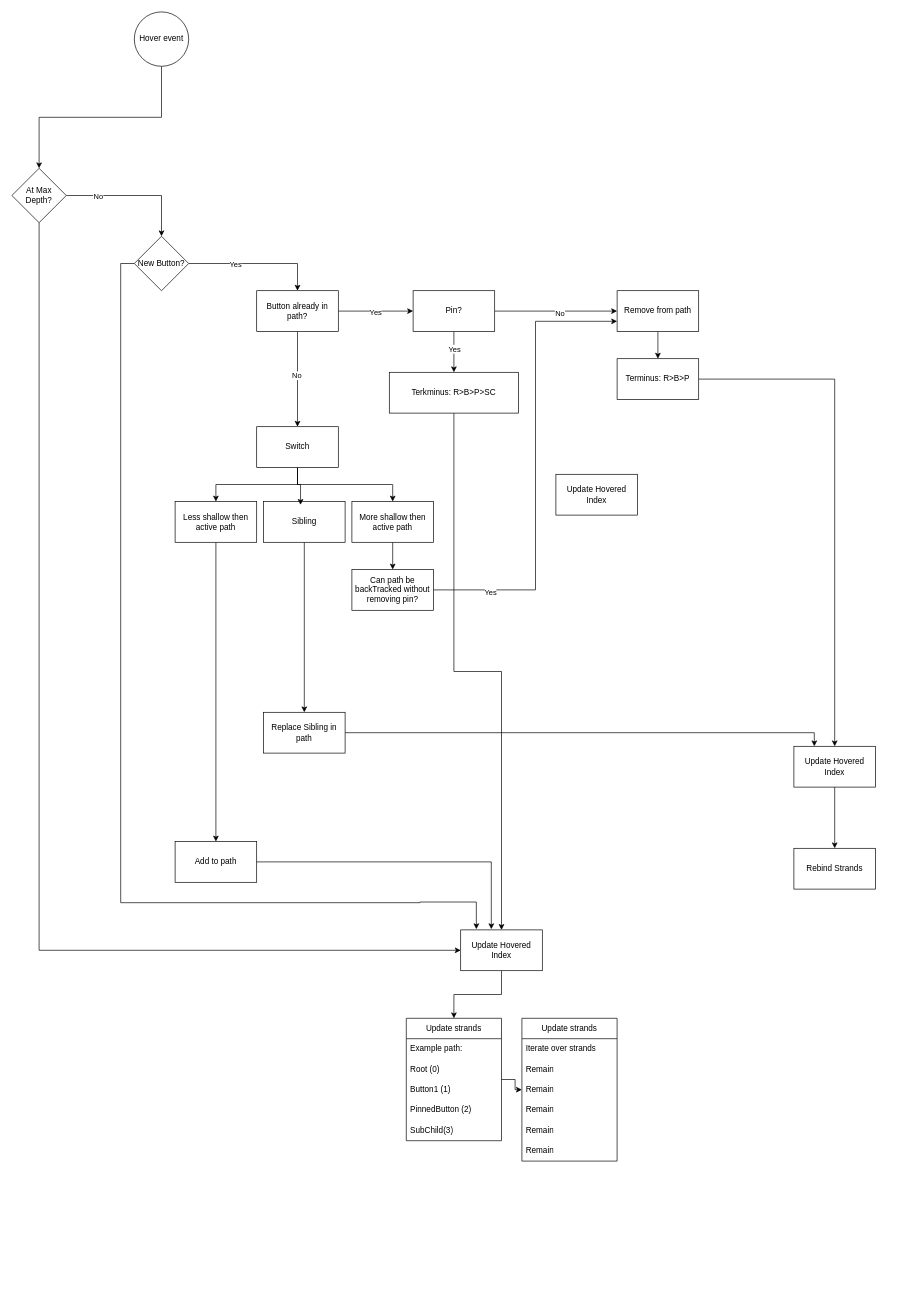
The draw.io diagram ConstellationButtonHoverFLowchart.drawio in nemgreene/ConstellationContextMenu, before the edit. Source tidied: cells renumbered, new cells numbered last; positions are measured from the earlier drawing's top-left corner, leaving out a move shared by most shapes. Both pictures are drawn from the tidied source at 68%, with x=0, y=0 at pixel (12, 12).
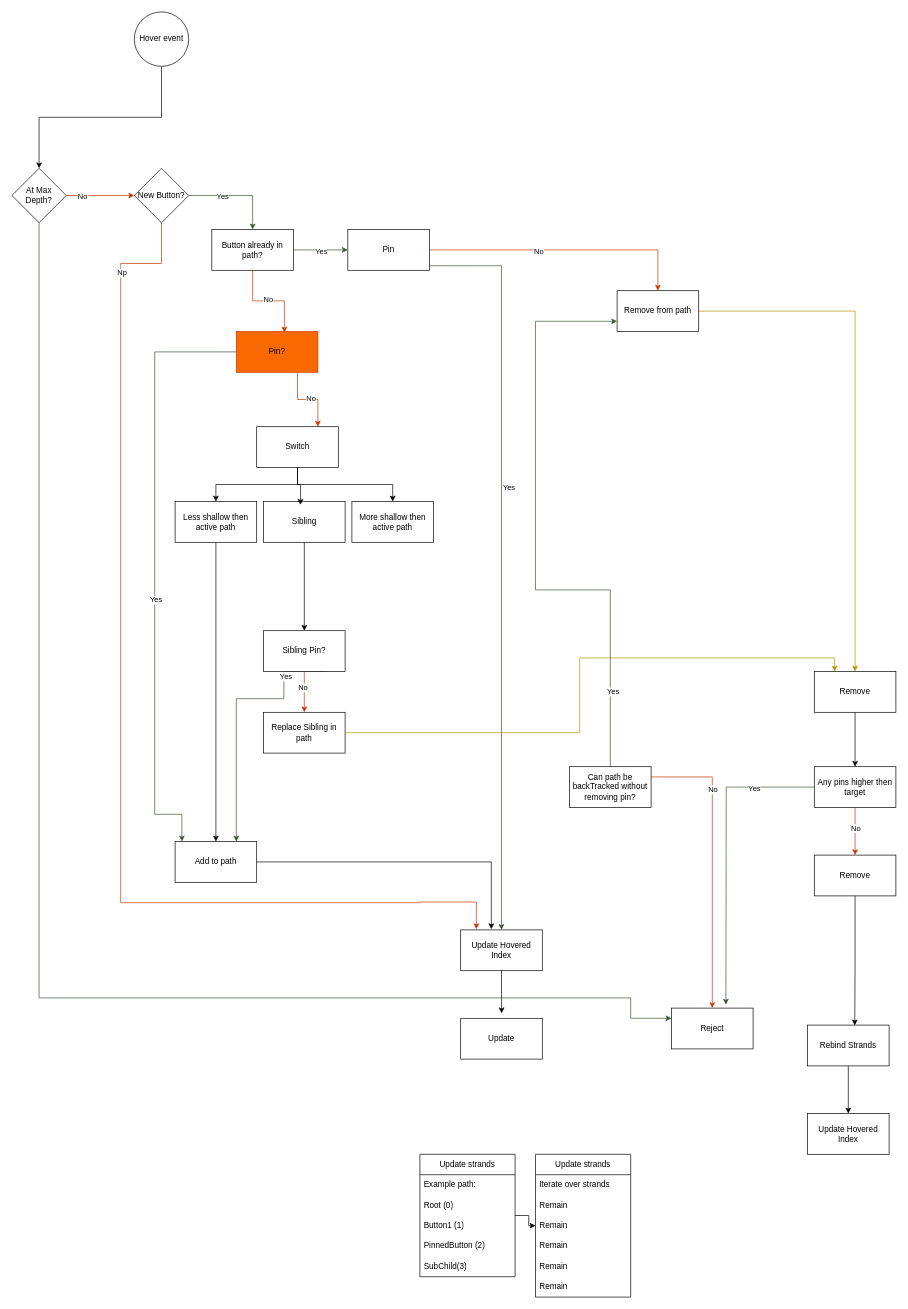
The same diagram, later.

Unchanged cells that the change refers to:
```xml
<mxCell id="24" value="Switch" style="whiteSpace=wrap;html=1;" parent="1" vertex="1">
  <mxGeometry x="360" y="610" width="120" height="60" as="geometry" />
</mxCell>
<mxCell id="28" value="Sibling" style="whiteSpace=wrap;html=1;" parent="1" vertex="1">
  <mxGeometry x="370" y="720" width="120" height="60" as="geometry" />
</mxCell>
<mxCell id="30" value="More shallow then active path" style="whiteSpace=wrap;html=1;" parent="1" vertex="1">
  <mxGeometry x="500" y="720" width="120" height="60" as="geometry" />
</mxCell>
<mxCell id="43" value="Remove from path" style="whiteSpace=wrap;html=1;" parent="1" vertex="1">
  <mxGeometry x="890" y="410" width="120" height="60" as="geometry" />
</mxCell>
<mxCell id="50" value="Replace Sibling in path" style="whiteSpace=wrap;html=1;" parent="1" vertex="1">
  <mxGeometry x="370" y="1030" width="120" height="60" as="geometry" />
</mxCell>
<mxCell id="54" value="Add to path" style="whiteSpace=wrap;html=1;" parent="1" vertex="1">
  <mxGeometry x="240" y="1220" width="120" height="60" as="geometry" />
</mxCell>
<mxCell id="57" value="Update Hovered Index" style="rounded=0;whiteSpace=wrap;html=1;" parent="1" vertex="1">
  <mxGeometry x="660" y="1350" width="120" height="60" as="geometry" />
</mxCell>
<mxCell id="64" value="&lt;div&gt;At Max Depth?&lt;/div&gt;" style="rhombus;whiteSpace=wrap;html=1;" parent="1" vertex="1">
  <mxGeometry y="230" width="80" height="80" as="geometry" />
</mxCell>
```

Change to the diagram source:
```diff
@@
     <mxCell id="5" value="Update strands" style="swimlane;fontStyle=0;horizontal=1;startSize=30;whiteSpace=wrap;html=1;" parent="1" vertex="1">
-      <mxGeometry x="580" y="1480" width="140" height="180" as="geometry" />
+      <mxGeometry x="600" y="1680" width="140" height="180" as="geometry" />
     </mxCell>
@@
     <mxCell id="11" value="Update strands" style="swimlane;fontStyle=0;horizontal=1;startSize=30;whiteSpace=wrap;html=1;" parent="1" vertex="1">
-      <mxGeometry x="750" y="1480" width="140" height="210" as="geometry" />
+      <mxGeometry x="770" y="1680" width="140" height="210" as="geometry" />
     </mxCell>
@@
-    <mxCell id="18" style="edgeStyle=orthogonalEdgeStyle;rounded=0;jettySize=auto;html=1;entryX=0.5;entryY=0;entryDx=0;entryDy=0;" parent="1" edge="1" source="21" target="36">
+    <mxCell id="18" style="edgeStyle=orthogonalEdgeStyle;rounded=0;jettySize=auto;html=1;entryX=0.5;entryY=0;entryDx=0;entryDy=0;fillColor=#6d8764;strokeColor=#3A5431;" parent="1" edge="1" source="21" target="36">
       <mxGeometry relative="1" as="geometry" />
     </mxCell>
@@
-    <mxCell id="20" style="edgeStyle=orthogonalEdgeStyle;rounded=0;jettySize=auto;html=1;exitX=0;exitY=0.5;exitDx=0;exitDy=0;entryX=0.192;entryY=-0.017;entryDx=0;entryDy=0;entryPerimeter=0;" parent="1" edge="1" source="21" target="57">
+    <mxCell id="20" style="edgeStyle=orthogonalEdgeStyle;rounded=0;jettySize=auto;html=1;exitX=0;exitY=0.5;exitDx=0;exitDy=0;entryX=0.192;entryY=-0.017;entryDx=0;entryDy=0;entryPerimeter=0;fillColor=#fa6800;strokeColor=#C73500;" parent="1" edge="1" source="21" target="57">
       <mxGeometry relative="1" as="geometry">
         <Array as="points">
+          <mxPoint x="220" y="270" />
+          <mxPoint x="220" y="370" />
           <mxPoint x="160" y="370" />
           <mxPoint x="160" y="1310" />
           <mxPoint x="600" y="1310" />
           <mxPoint x="600" y="1309" />
           <mxPoint x="683" y="1309" />
         </Array>
       </mxGeometry>
     </mxCell>
+    <mxCell id="65" value="Np" style="edgeLabel;html=1;align=center;verticalAlign=middle;" parent="20" vertex="1">
+      <mxGeometry x="-0.75" y="1" relative="1" as="geometry" />
+    </mxCell>
     <mxCell id="21" value="New Button?" style="rhombus;whiteSpace=wrap;html=1;" parent="1" vertex="1">
-      <mxGeometry x="180" y="330" width="80" height="80" as="geometry" />
+      <mxGeometry x="180" y="230" width="80" height="80" as="geometry" />
     </mxCell>
@@
-    <mxCell id="27" style="edgeStyle=orthogonalEdgeStyle;rounded=0;jettySize=auto;html=1;" parent="1" edge="1" source="28" target="50">
-      <mxGeometry relative="1" as="geometry" />
-    </mxCell>
+    <mxCell id="66" style="edgeStyle=orthogonalEdgeStyle;rounded=0;jettySize=auto;html=1;" parent="1" edge="1" source="28" target="81">
+      <mxGeometry relative="1" as="geometry" />
+    </mxCell>
@@
-    <mxCell id="29" style="edgeStyle=orthogonalEdgeStyle;rounded=0;jettySize=auto;html=1;" parent="1" edge="1" source="30" target="53">
-      <mxGeometry relative="1" as="geometry" />
-    </mxCell>
@@
-    <mxCell id="32" style="edgeStyle=orthogonalEdgeStyle;rounded=0;jettySize=auto;html=1;entryX=0.5;entryY=0;entryDx=0;entryDy=0;" parent="1" edge="1" source="36" target="24">
-      <mxGeometry relative="1" as="geometry" />
-    </mxCell>
-    <mxCell id="33" value="&lt;div&gt;No&lt;/div&gt;" style="edgeLabel;html=1;align=center;verticalAlign=middle;" parent="32" vertex="1">
-      <mxGeometry x="-0.08" y="-2" relative="1" as="geometry" />
-    </mxCell>
-    <mxCell id="34" style="edgeStyle=orthogonalEdgeStyle;rounded=0;jettySize=auto;html=1;" parent="1" edge="1" source="36" target="41">
-      <mxGeometry relative="1" as="geometry" />
-    </mxCell>
-    <mxCell id="35" value="&lt;div&gt;Yes&lt;/div&gt;" style="edgeLabel;html=1;align=center;verticalAlign=middle;" parent="34" vertex="1">
-      <mxGeometry x="-0.01" y="-1" relative="1" as="geometry" />
-    </mxCell>
+    <mxCell id="67" style="edgeStyle=orthogonalEdgeStyle;rounded=0;jettySize=auto;html=1;fillColor=#6d8764;strokeColor=#3A5431;" parent="1" edge="1" source="36" target="75">
+      <mxGeometry relative="1" as="geometry" />
+    </mxCell>
+    <mxCell id="68" value="Yes" style="edgeLabel;html=1;align=center;verticalAlign=middle;" parent="67" vertex="1">
+      <mxGeometry y="-1" relative="1" as="geometry" />
+    </mxCell>
     <mxCell id="36" value="Button already in path?" style="whiteSpace=wrap;html=1;" parent="1" vertex="1">
-      <mxGeometry x="360" y="410" width="120" height="60" as="geometry" />
+      <mxGeometry x="294" y="320" width="120" height="60" as="geometry" />
     </mxCell>
-    <mxCell id="37" style="edgeStyle=orthogonalEdgeStyle;rounded=0;jettySize=auto;html=1;" parent="1" edge="1" source="41" target="43">
-      <mxGeometry relative="1" as="geometry" />
-    </mxCell>
-    <mxCell id="38" value="No" style="edgeLabel;html=1;align=center;verticalAlign=middle;" parent="37" vertex="1">
-      <mxGeometry x="0.05" y="-2" relative="1" as="geometry" />
-    </mxCell>
-    <mxCell id="39" style="edgeStyle=orthogonalEdgeStyle;rounded=0;jettySize=auto;html=1;" parent="1" edge="1" source="41" target="45">
+    <mxCell id="39" style="edgeStyle=orthogonalEdgeStyle;rounded=0;jettySize=auto;html=1;exitX=0.661;exitY=0.888;exitDx=0;exitDy=0;exitPerimeter=0;fillColor=#6d8764;strokeColor=#3A5431;entryX=0.5;entryY=0;entryDx=0;entryDy=0;" parent="1" edge="1" source="75" target="57">
       <mxGeometry relative="1" as="geometry" />
     </mxCell>
     <mxCell id="40" value="Yes" style="edgeLabel;html=1;align=center;verticalAlign=middle;" parent="39" vertex="1">
-      <mxGeometry x="-0.16" relative="1" as="geometry" />
+      <mxGeometry x="-0.16" relative="1" as="geometry">
+        <mxPoint x="10" as="offset" />
+      </mxGeometry>
     </mxCell>
-    <mxCell id="41" value="Pin?" style="whiteSpace=wrap;html=1;" parent="1" vertex="1">
-      <mxGeometry x="590" y="410" width="120" height="60" as="geometry" />
-    </mxCell>
-    <mxCell id="42" style="edgeStyle=orthogonalEdgeStyle;rounded=0;jettySize=auto;html=1;" parent="1" edge="1" source="43" target="47">
-      <mxGeometry relative="1" as="geometry" />
-    </mxCell>
+    <mxCell id="69" style="edgeStyle=orthogonalEdgeStyle;rounded=0;jettySize=auto;html=1;exitX=1;exitY=0.5;exitDx=0;exitDy=0;entryX=0.5;entryY=0;entryDx=0;entryDy=0;fillColor=#e3c800;strokeColor=#B09500;" parent="1" edge="1" source="43" target="86">
+      <mxGeometry relative="1" as="geometry" />
+    </mxCell>
@@
-    <mxCell id="44" style="edgeStyle=orthogonalEdgeStyle;rounded=0;jettySize=auto;html=1;entryX=0.5;entryY=0;entryDx=0;entryDy=0;" parent="1" edge="1" source="45" target="57">
-      <mxGeometry relative="1" as="geometry" />
-    </mxCell>
-    <mxCell id="45" value="Terkminus: R&amp;gt;B&amp;gt;P&amp;gt;SC" style="whiteSpace=wrap;html=1;" parent="1" vertex="1">
-      <mxGeometry x="555" y="530" width="190" height="60" as="geometry" />
-    </mxCell>
-    <mxCell id="46" style="edgeStyle=orthogonalEdgeStyle;rounded=0;jettySize=auto;html=1;entryX=0.5;entryY=0;entryDx=0;entryDy=0;" parent="1" edge="1" source="47" target="60">
-      <mxGeometry relative="1" as="geometry" />
-    </mxCell>
-    <mxCell id="47" value="Terminus: R&amp;gt;B&amp;gt;P" style="whiteSpace=wrap;html=1;" parent="1" vertex="1">
-      <mxGeometry x="890" y="510" width="120" height="60" as="geometry" />
-    </mxCell>
+    <mxCell id="70" style="edgeStyle=orthogonalEdgeStyle;rounded=0;jettySize=auto;html=1;entryX=0.5;entryY=0;entryDx=0;entryDy=0;" parent="1" edge="1" source="48" target="60">
+      <mxGeometry relative="1" as="geometry" />
+    </mxCell>
     <mxCell id="48" value="Rebind Strands" style="rounded=0;whiteSpace=wrap;html=1;" parent="1" vertex="1">
-      <mxGeometry x="1150" y="1230" width="120" height="60" as="geometry" />
+      <mxGeometry x="1170" y="1490" width="120" height="60" as="geometry" />
     </mxCell>
-    <mxCell id="49" style="edgeStyle=orthogonalEdgeStyle;rounded=0;jettySize=auto;html=1;entryX=0.25;entryY=0;entryDx=0;entryDy=0;" parent="1" edge="1" source="50" target="60">
+    <mxCell id="49" style="edgeStyle=orthogonalEdgeStyle;rounded=0;jettySize=auto;html=1;entryX=0.25;entryY=0;entryDx=0;entryDy=0;fillColor=#e3c800;strokeColor=#B09500;" parent="1" edge="1" source="50" target="86">
       <mxGeometry relative="1" as="geometry" />
     </mxCell>
@@
-    <mxCell id="51" style="edgeStyle=orthogonalEdgeStyle;rounded=0;jettySize=auto;html=1;entryX=0;entryY=0.75;entryDx=0;entryDy=0;" parent="1" edge="1" source="53" target="43">
+    <mxCell id="51" style="edgeStyle=orthogonalEdgeStyle;rounded=0;jettySize=auto;html=1;entryX=0;entryY=0.75;entryDx=0;entryDy=0;fillColor=#6d8764;strokeColor=#3A5431;" parent="1" edge="1" source="53" target="43">
       <mxGeometry relative="1" as="geometry">
         <Array as="points">
           <mxPoint x="770" y="850" />
           <mxPoint x="770" y="455" />
         </Array>
       </mxGeometry>
     </mxCell>
@@
+    <mxCell id="71" style="edgeStyle=orthogonalEdgeStyle;rounded=0;jettySize=auto;html=1;exitX=1;exitY=0.25;exitDx=0;exitDy=0;entryX=0.5;entryY=0;entryDx=0;entryDy=0;fillColor=#fa6800;strokeColor=#C73500;" parent="1" edge="1" source="53" target="82">
+      <mxGeometry relative="1" as="geometry" />
+    </mxCell>
+    <mxCell id="72" value="No" style="edgeLabel;html=1;align=center;verticalAlign=middle;" parent="71" vertex="1">
+      <mxGeometry x="-0.5" relative="1" as="geometry" />
+    </mxCell>
     <mxCell id="53" value="Can path be backTracked without removing pin?" style="whiteSpace=wrap;html=1;glass=0;" parent="1" vertex="1">
-      <mxGeometry x="500" y="820" width="120" height="60" as="geometry" />
+      <mxGeometry x="820" y="1110" width="120" height="60" as="geometry" />
     </mxCell>
@@
-    <mxCell id="56" style="edgeStyle=orthogonalEdgeStyle;rounded=0;jettySize=auto;html=1;entryX=0.5;entryY=0;entryDx=0;entryDy=0;" parent="1" edge="1" source="57" target="5">
-      <mxGeometry relative="1" as="geometry" />
-    </mxCell>
@@
-    <mxCell id="58" value="Update Hovered Index" style="rounded=0;whiteSpace=wrap;html=1;" parent="1" vertex="1">
-      <mxGeometry x="800" y="680" width="120" height="60" as="geometry" />
-    </mxCell>
-    <mxCell id="59" style="edgeStyle=orthogonalEdgeStyle;rounded=0;jettySize=auto;html=1;entryX=0.5;entryY=0;entryDx=0;entryDy=0;" parent="1" edge="1" source="60" target="48">
-      <mxGeometry relative="1" as="geometry" />
-    </mxCell>
     <mxCell id="60" value="Update Hovered Index" style="rounded=0;whiteSpace=wrap;html=1;" parent="1" vertex="1">
-      <mxGeometry x="1150" y="1080" width="120" height="60" as="geometry" />
+      <mxGeometry x="1170" y="1620" width="120" height="60" as="geometry" />
     </mxCell>
-    <mxCell id="61" style="edgeStyle=orthogonalEdgeStyle;rounded=0;jettySize=auto;html=1;" parent="1" edge="1" source="64" target="21">
+    <mxCell id="61" style="edgeStyle=orthogonalEdgeStyle;rounded=0;jettySize=auto;html=1;fillColor=#fa6800;strokeColor=#C73500;" parent="1" edge="1" source="64" target="21">
       <mxGeometry relative="1" as="geometry" />
     </mxCell>
@@
-    <mxCell id="63" style="edgeStyle=orthogonalEdgeStyle;rounded=0;jettySize=auto;html=1;entryX=0;entryY=0.5;entryDx=0;entryDy=0;" parent="1" edge="1" source="64" target="57">
+    <mxCell id="63" style="edgeStyle=orthogonalEdgeStyle;rounded=0;jettySize=auto;html=1;entryX=0;entryY=0.25;entryDx=0;entryDy=0;fillColor=#6d8764;strokeColor=#3A5431;" parent="1" edge="1" source="64" target="82">
       <mxGeometry relative="1" as="geometry">
         <Array as="points">
-          <mxPoint x="40" y="1380" />
+          <mxPoint x="40" y="1450" />
+          <mxPoint x="910" y="1450" />
         </Array>
       </mxGeometry>
     </mxCell>
@@
+    <mxCell id="73" style="edgeStyle=orthogonalEdgeStyle;rounded=0;jettySize=auto;html=1;entryX=0.5;entryY=0;entryDx=0;entryDy=0;fillColor=#fa6800;strokeColor=#C73500;" parent="1" edge="1" source="75" target="43">
+      <mxGeometry relative="1" as="geometry" />
+    </mxCell>
+    <mxCell id="74" value="No" style="edgeLabel;html=1;align=center;verticalAlign=middle;" parent="73" vertex="1">
+      <mxGeometry x="-0.19" y="-2" relative="1" as="geometry" />
+    </mxCell>
+    <mxCell id="75" value="Pin" style="whiteSpace=wrap;html=1;" parent="1" vertex="1">
+      <mxGeometry x="494" y="320" width="120" height="60" as="geometry" />
+    </mxCell>
+    <mxCell id="34" style="edgeStyle=orthogonalEdgeStyle;rounded=0;jettySize=auto;html=1;entryX=0.589;entryY=0.026;entryDx=0;entryDy=0;entryPerimeter=0;fillColor=#fa6800;strokeColor=#C73500;" parent="1" edge="1" source="36" target="41">
+      <mxGeometry relative="1" as="geometry" />
+    </mxCell>
+    <mxCell id="76" value="No" style="edgeLabel;html=1;align=center;verticalAlign=middle;" parent="34" vertex="1">
+      <mxGeometry x="-0.03" y="3" relative="1" as="geometry" />
+    </mxCell>
+    <mxCell id="77" style="edgeStyle=orthogonalEdgeStyle;rounded=0;jettySize=auto;html=1;entryX=0.5;entryY=0;entryDx=0;entryDy=0;fillColor=#fa6800;strokeColor=#C73500;" parent="1" edge="1" source="81" target="50">
+      <mxGeometry relative="1" as="geometry" />
+    </mxCell>
+    <mxCell id="78" value="No" style="edgeLabel;html=1;align=center;verticalAlign=middle;" parent="77" vertex="1">
+      <mxGeometry x="-0.22" y="-3" relative="1" as="geometry" />
+    </mxCell>
+    <mxCell id="79" style="edgeStyle=orthogonalEdgeStyle;rounded=0;jettySize=auto;html=1;exitX=0.75;exitY=1;exitDx=0;exitDy=0;fillColor=#6d8764;strokeColor=#3A5431;entryX=0.75;entryY=0;entryDx=0;entryDy=0;" parent="1" edge="1" source="81" target="54">
+      <mxGeometry relative="1" as="geometry">
+        <Array as="points">
+          <mxPoint x="400" y="970" />
+          <mxPoint x="400" y="1010" />
+          <mxPoint x="330" y="1010" />
+        </Array>
+      </mxGeometry>
+    </mxCell>
+    <mxCell id="80" value="Yes" style="edgeLabel;html=1;align=center;verticalAlign=middle;" parent="79" vertex="1">
+      <mxGeometry x="-0.65" y="2" relative="1" as="geometry" />
+    </mxCell>
+    <mxCell id="81" value="&lt;div&gt;Sibling Pin?&lt;/div&gt;" style="whiteSpace=wrap;html=1;" parent="1" vertex="1">
+      <mxGeometry x="370" y="910" width="120" height="60" as="geometry" />
+    </mxCell>
+    <mxCell id="82" value="&lt;div&gt;Reject&lt;/div&gt;" style="rounded=0;whiteSpace=wrap;html=1;" parent="1" vertex="1">
+      <mxGeometry x="970" y="1465" width="120" height="60" as="geometry" />
+    </mxCell>
+    <mxCell id="83" value="Update" style="rounded=0;whiteSpace=wrap;html=1;" parent="1" vertex="1">
+      <mxGeometry x="660" y="1480" width="120" height="60" as="geometry" />
+    </mxCell>
+    <mxCell id="84" style="edgeStyle=orthogonalEdgeStyle;rounded=0;jettySize=auto;html=1;exitX=0.5;exitY=1;exitDx=0;exitDy=0;entryX=0.502;entryY=-0.123;entryDx=0;entryDy=0;entryPerimeter=0;" parent="1" edge="1" source="57" target="83">
+      <mxGeometry relative="1" as="geometry" />
+    </mxCell>
+    <mxCell id="85" style="edgeStyle=orthogonalEdgeStyle;rounded=0;jettySize=auto;html=1;" parent="1" edge="1" source="86" target="91">
+      <mxGeometry relative="1" as="geometry" />
+    </mxCell>
+    <mxCell id="86" value="Remove" style="rounded=0;whiteSpace=wrap;html=1;" parent="1" vertex="1">
+      <mxGeometry x="1180" y="970" width="120" height="60" as="geometry" />
+    </mxCell>
+    <mxCell id="87" style="edgeStyle=orthogonalEdgeStyle;rounded=0;jettySize=auto;html=1;fillColor=#6d8764;strokeColor=#3A5431;" parent="1" edge="1" source="91">
+      <mxGeometry relative="1" as="geometry">
+        <mxPoint x="1050" y="1460" as="targetPoint" />
+      </mxGeometry>
+    </mxCell>
+    <mxCell id="88" value="Yes" style="edgeLabel;html=1;align=center;verticalAlign=middle;" parent="87" vertex="1">
+      <mxGeometry x="-0.61" y="1" relative="1" as="geometry">
+        <mxPoint x="-1" as="offset" />
+      </mxGeometry>
+    </mxCell>
+    <mxCell id="89" style="edgeStyle=orthogonalEdgeStyle;rounded=0;jettySize=auto;html=1;entryX=0.5;entryY=0;entryDx=0;entryDy=0;fillColor=#fa6800;strokeColor=#C73500;" parent="1" edge="1" source="91" target="92">
+      <mxGeometry relative="1" as="geometry" />
+    </mxCell>
+    <mxCell id="90" value="No" style="edgeLabel;html=1;align=center;verticalAlign=middle;" parent="89" vertex="1">
+      <mxGeometry x="-0.13" y="-1" relative="1" as="geometry">
+        <mxPoint x="1" as="offset" />
+      </mxGeometry>
+    </mxCell>
+    <mxCell id="91" value="Any pins higher then target" style="rounded=0;whiteSpace=wrap;html=1;" parent="1" vertex="1">
+      <mxGeometry x="1180" y="1110" width="120" height="60" as="geometry" />
+    </mxCell>
+    <mxCell id="92" value="Remove" style="rounded=0;whiteSpace=wrap;html=1;" parent="1" vertex="1">
+      <mxGeometry x="1180" y="1240" width="120" height="60" as="geometry" />
+    </mxCell>
+    <mxCell id="93" style="edgeStyle=orthogonalEdgeStyle;rounded=0;jettySize=auto;html=1;entryX=0.579;entryY=0.008;entryDx=0;entryDy=0;entryPerimeter=0;" parent="1" edge="1" source="92" target="48">
+      <mxGeometry relative="1" as="geometry" />
+    </mxCell>
+    <mxCell id="94" style="edgeStyle=orthogonalEdgeStyle;rounded=0;jettySize=auto;html=1;exitX=0.75;exitY=1;exitDx=0;exitDy=0;fillColor=#fa6800;strokeColor=#C73500;entryX=0.75;entryY=0;entryDx=0;entryDy=0;" parent="1" edge="1" source="41" target="24">
+      <mxGeometry relative="1" as="geometry" />
+    </mxCell>
+    <mxCell id="95" value="No" style="edgeLabel;html=1;align=center;verticalAlign=middle;" parent="94" vertex="1">
+      <mxGeometry x="0.08" y="3" relative="1" as="geometry" />
+    </mxCell>
+    <mxCell id="41" value="Pin?" style="whiteSpace=wrap;html=1;fillColor=#fa6800;fontColor=#000000;strokeColor=#C73500;" parent="1" vertex="1">
+      <mxGeometry x="330" y="470" width="120" height="60" as="geometry" />
+    </mxCell>
+    <mxCell id="96" style="edgeStyle=orthogonalEdgeStyle;rounded=0;jettySize=auto;html=1;fillColor=#6d8764;strokeColor=#3A5431;" parent="1" edge="1" source="41" target="54">
+      <mxGeometry relative="1" as="geometry">
+        <Array as="points">
+          <mxPoint x="210" y="1180" />
+          <mxPoint x="250" y="1180" />
+        </Array>
+      </mxGeometry>
+    </mxCell>
+    <mxCell id="97" value="Yes" style="edgeLabel;html=1;align=center;verticalAlign=middle;" parent="96" vertex="1">
+      <mxGeometry x="0.1" y="1" relative="1" as="geometry" />
+    </mxCell>
```
